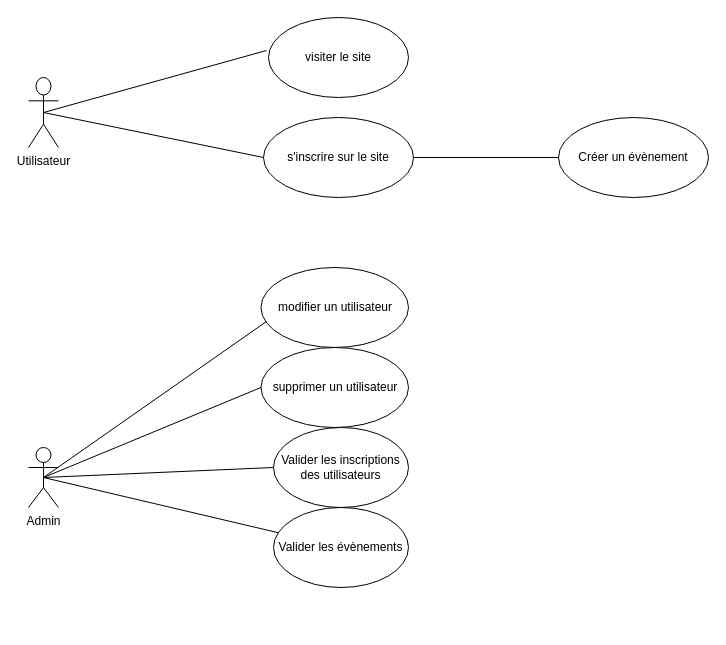
Earlier version of the draw.io diagram Maquette/Cas d'utilisation.drawio (Veraghe/BAM). Source tidied: cells renumbered, new cells numbered last; positions are measured from the earlier drawing's top-left corner, leaving out a move shared by most shapes. Both pictures are drawn from the tidied source at 100%, with x=0, y=0 at pixel (28, 17).
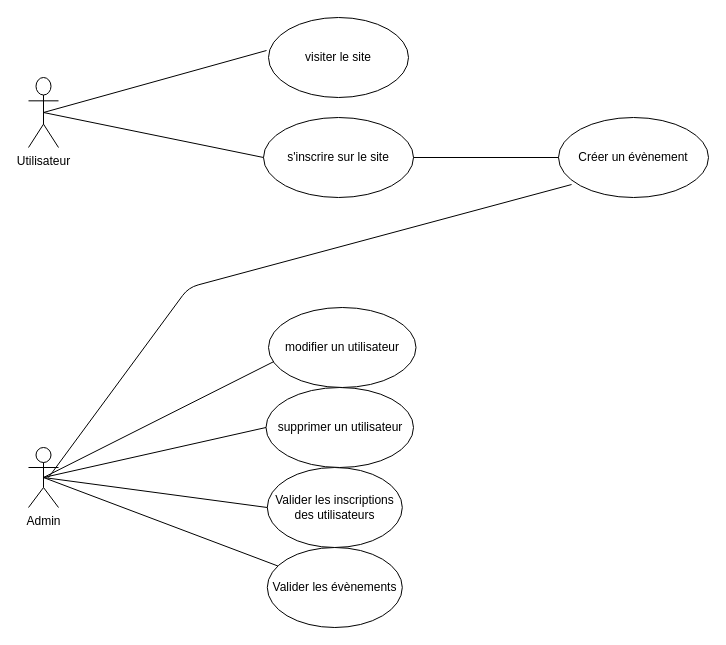
After the change.

Commit message:
modif cas d'utilisation

Unchanged cells that the change refers to:
```xml
<mxCell id="5" value="Créer un évènement" style="ellipse;whiteSpace=wrap;html=1;" parent="1" vertex="1">
  <mxGeometry x="530" y="100" width="150" height="80" as="geometry" />
</mxCell>
```

The edit, as a diff of the source:
```diff
@@
     <mxCell id="10" value="Valider les inscriptions des utilisateurs" style="ellipse;whiteSpace=wrap;html=1;" parent="1" vertex="1">
-      <mxGeometry x="245" y="410" width="135" height="80" as="geometry" />
+      <mxGeometry x="238.8" y="450" width="135" height="80" as="geometry" />
     </mxCell>
@@
     <mxCell id="12" value="Valider les évènements" style="ellipse;whiteSpace=wrap;html=1;" parent="1" vertex="1">
-      <mxGeometry x="245" y="490" width="135" height="80" as="geometry" />
+      <mxGeometry x="238.8" y="530" width="135" height="80" as="geometry" />
     </mxCell>
@@
     <mxCell id="14" value="supprimer un utilisateur" style="ellipse;whiteSpace=wrap;html=1;" parent="1" vertex="1">
-      <mxGeometry x="232.5" y="330" width="147.5" height="80" as="geometry" />
+      <mxGeometry x="237.5" y="370" width="147.5" height="80" as="geometry" />
     </mxCell>
     <mxCell id="15" value="modifier un utilisateur" style="ellipse;whiteSpace=wrap;html=1;" parent="1" vertex="1">
-      <mxGeometry x="232.5" y="250" width="147.5" height="80" as="geometry" />
+      <mxGeometry x="240" y="290" width="147.5" height="80" as="geometry" />
     </mxCell>
@@
+    <mxCell id="18" style="endArrow=none;html=1;entryX=0.087;entryY=0.838;entryDx=0;entryDy=0;entryPerimeter=0;" parent="1" edge="1" target="5">
+      <mxGeometry relative="1" as="geometry">
+        <mxPoint x="20" y="460" as="sourcePoint" />
+        <Array as="points">
+          <mxPoint x="160" y="270" />
+        </Array>
+      </mxGeometry>
+    </mxCell>
```
